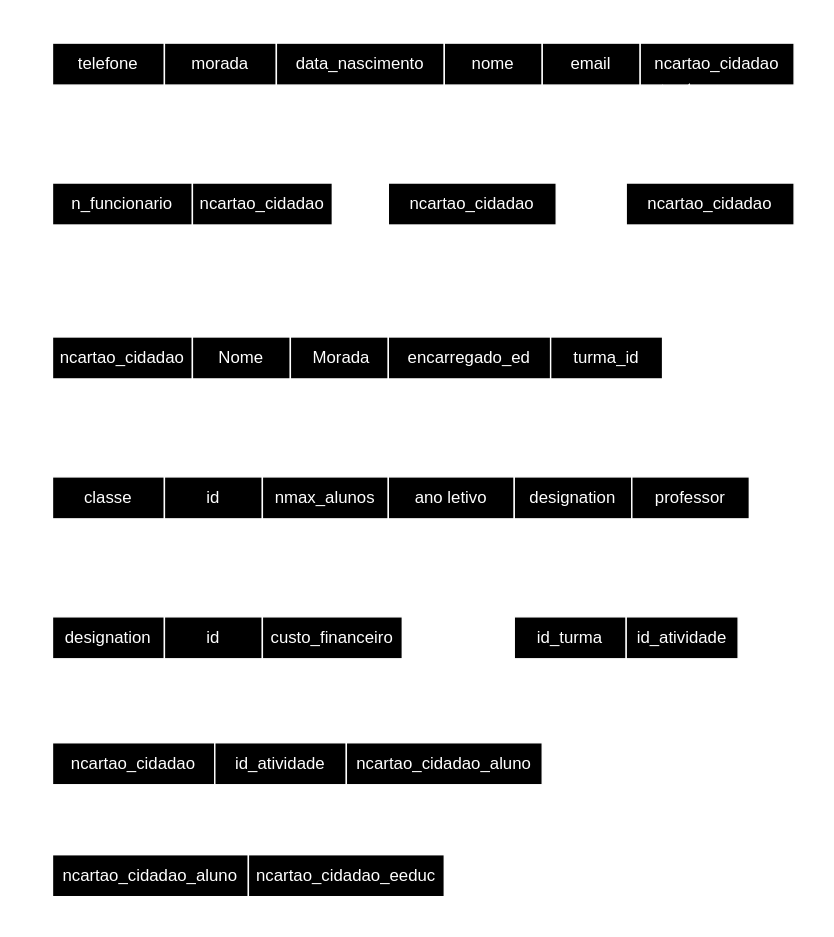
roldao04/BD keeps this draw.io diagram as Aula3/ex3d.svg. Above is the earlier version. Source tidied: cells renumbered, new cells last; positions are measured from the earlier drawing's top-left corner, leaving out a move shared by most shapes.
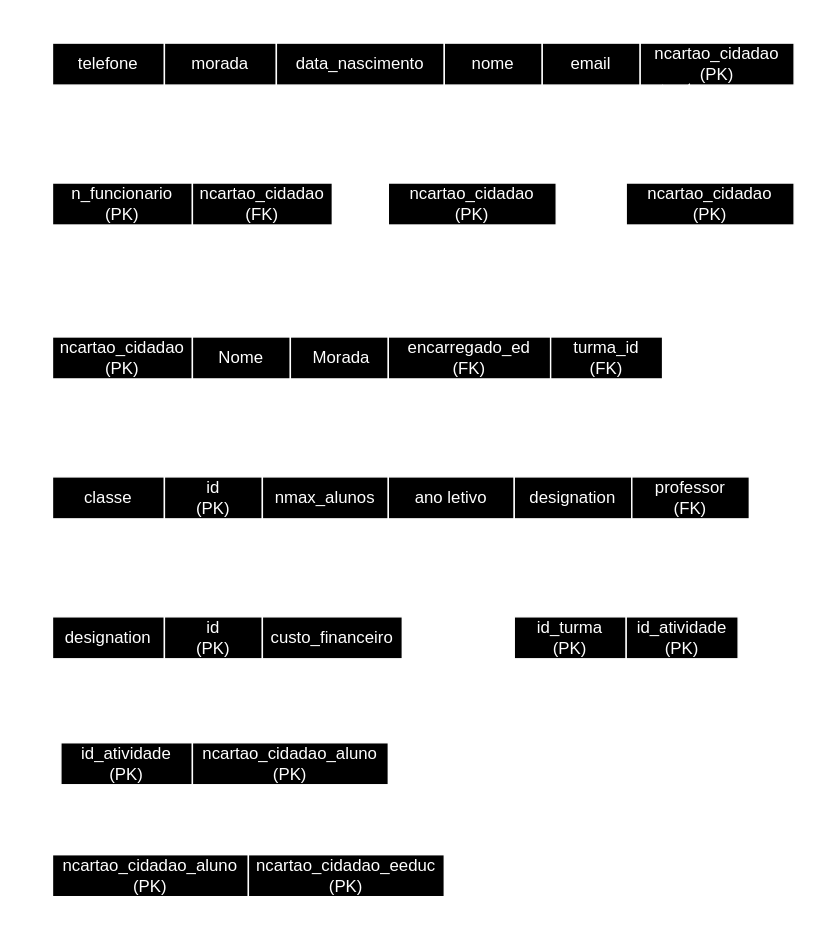
Above is the later version.

The edit, as a diff of the source:
```diff
@@ -20,13 +20,13 @@
     <mxCell id="7" value="email" style="rounded=0;whiteSpace=wrap;html=1;" parent="1" vertex="1">
       <mxGeometry x="380" y="30" width="70" height="30" as="geometry" />
     </mxCell>
-    <mxCell id="8" value="ncartao_cidadao" style="rounded=0;whiteSpace=wrap;html=1;" parent="1" vertex="1">
+    <mxCell id="8" value="ncartao_cidadao&lt;div&gt;(PK)&lt;/div&gt;" style="rounded=0;whiteSpace=wrap;html=1;" parent="1" vertex="1">
       <mxGeometry x="450" y="30" width="110" height="30" as="geometry" />
     </mxCell>
     <mxCell id="9" value="Professor" style="text;strokeColor=none;fillColor=none;html=1;align=center;verticalAlign=middle;whiteSpace=wrap;rounded=0;fontSize=16;" parent="1" vertex="1">
       <mxGeometry x="30" y="100" width="80" height="30" as="geometry" />
     </mxCell>
-    <mxCell id="10" value="n_funcionario" style="rounded=0;whiteSpace=wrap;html=1;" parent="1" vertex="1">
+    <mxCell id="10" value="n_funcionario&lt;div&gt;(PK)&lt;/div&gt;" style="rounded=0;whiteSpace=wrap;html=1;" parent="1" vertex="1">
       <mxGeometry x="30" y="130" width="100" height="30" as="geometry" />
     </mxCell>
     <mxCell id="11" style="edgeStyle=orthogonalEdgeStyle;rounded=0;jettySize=auto;html=1;exitX=1;exitY=1;exitDx=0;exitDy=0;entryX=0.5;entryY=1;entryDx=0;entryDy=0;" parent="1" edge="1" source="12" target="8">
@@ -40,7 +40,7 @@
     <mxCell id="12" value="Responsável" style="text;strokeColor=none;fillColor=none;html=1;align=center;verticalAlign=middle;whiteSpace=wrap;rounded=0;fontSize=16;" parent="1" vertex="1">
       <mxGeometry x="270" y="100" width="95" height="30" as="geometry" />
     </mxCell>
-    <mxCell id="13" value="ncartao_cidadao" style="rounded=0;whiteSpace=wrap;html=1;" parent="1" vertex="1">
+    <mxCell id="13" value="ncartao_cidadao&lt;div&gt;(PK)&lt;/div&gt;" style="rounded=0;whiteSpace=wrap;html=1;" parent="1" vertex="1">
       <mxGeometry x="270" y="130" width="120" height="30" as="geometry" />
     </mxCell>
     <mxCell id="14" style="edgeStyle=orthogonalEdgeStyle;rounded=0;jettySize=auto;html=1;exitX=0.5;exitY=0;exitDx=0;exitDy=0;entryX=0.32;entryY=0.951;entryDx=0;entryDy=0;entryPerimeter=0;" parent="1" edge="1" source="15" target="8">
@@ -52,7 +52,7 @@
         </Array>
       </mxGeometry>
     </mxCell>
-    <mxCell id="15" value="ncartao_cidadao" style="rounded=0;whiteSpace=wrap;html=1;" parent="1" vertex="1">
+    <mxCell id="15" value="ncartao_cidadao&lt;div&gt;(FK)&lt;/div&gt;" style="rounded=0;whiteSpace=wrap;html=1;" parent="1" vertex="1">
       <mxGeometry x="130" y="130" width="100" height="30" as="geometry" />
     </mxCell>
     <mxCell id="16" value="Enc. Educação" style="text;strokeColor=none;fillColor=none;html=1;align=center;verticalAlign=middle;whiteSpace=wrap;rounded=0;fontSize=16;" parent="1" vertex="1">
@@ -61,13 +61,13 @@
     <mxCell id="17" style="edgeStyle=orthogonalEdgeStyle;rounded=0;jettySize=auto;html=1;exitX=0;exitY=0.5;exitDx=0;exitDy=0;entryX=1;entryY=0.5;entryDx=0;entryDy=0;" parent="1" edge="1" source="18" target="13">
       <mxGeometry relative="1" as="geometry" />
     </mxCell>
-    <mxCell id="18" value="ncartao_cidadao" style="rounded=0;whiteSpace=wrap;html=1;" parent="1" vertex="1">
+    <mxCell id="18" value="ncartao_cidadao&lt;div&gt;(PK)&lt;/div&gt;" style="rounded=0;whiteSpace=wrap;html=1;" parent="1" vertex="1">
       <mxGeometry x="440" y="130" width="120" height="30" as="geometry" />
     </mxCell>
     <mxCell id="19" value="Aluno" style="text;strokeColor=none;fillColor=none;html=1;align=center;verticalAlign=middle;whiteSpace=wrap;rounded=0;fontSize=16;" parent="1" vertex="1">
       <mxGeometry x="30" y="210" width="80" height="30" as="geometry" />
     </mxCell>
-    <mxCell id="20" value="ncartao_cidadao" style="rounded=0;whiteSpace=wrap;html=1;" parent="1" vertex="1">
+    <mxCell id="20" value="ncartao_cidadao&lt;div&gt;(PK)&lt;/div&gt;" style="rounded=0;whiteSpace=wrap;html=1;" parent="1" vertex="1">
       <mxGeometry x="30" y="240" width="100" height="30" as="geometry" />
     </mxCell>
     <mxCell id="21" value="Nome" style="rounded=0;whiteSpace=wrap;html=1;" parent="1" vertex="1">
@@ -79,13 +79,13 @@
     <mxCell id="23" style="edgeStyle=orthogonalEdgeStyle;rounded=0;jettySize=auto;html=1;exitX=0.5;exitY=0;exitDx=0;exitDy=0;entryX=0.25;entryY=1;entryDx=0;entryDy=0;" parent="1" edge="1" source="24" target="18">
       <mxGeometry relative="1" as="geometry" />
     </mxCell>
-    <mxCell id="24" value="encarregado_ed" style="rounded=0;whiteSpace=wrap;html=1;" parent="1" vertex="1">
+    <mxCell id="24" value="encarregado_ed&lt;div&gt;(FK)&lt;/div&gt;" style="rounded=0;whiteSpace=wrap;html=1;" parent="1" vertex="1">
       <mxGeometry x="270" y="240" width="116" height="30" as="geometry" />
     </mxCell>
     <mxCell id="25" style="edgeStyle=orthogonalEdgeStyle;rounded=0;jettySize=auto;html=1;exitX=0.5;exitY=1;exitDx=0;exitDy=0;entryX=0.5;entryY=0;entryDx=0;entryDy=0;" parent="1" edge="1" source="26" target="29">
       <mxGeometry relative="1" as="geometry" />
     </mxCell>
-    <mxCell id="26" value="turma_id" style="rounded=0;whiteSpace=wrap;html=1;" parent="1" vertex="1">
+    <mxCell id="26" value="turma_id&lt;div&gt;(FK)&lt;/div&gt;" style="rounded=0;whiteSpace=wrap;html=1;" parent="1" vertex="1">
       <mxGeometry x="386" y="240" width="80" height="30" as="geometry" />
     </mxCell>
     <mxCell id="27" value="Turma" style="text;strokeColor=none;fillColor=none;html=1;align=center;verticalAlign=middle;whiteSpace=wrap;rounded=0;fontSize=16;" parent="1" vertex="1">
@@ -94,7 +94,7 @@
     <mxCell id="28" value="classe" style="rounded=0;whiteSpace=wrap;html=1;" parent="1" vertex="1">
       <mxGeometry x="30" y="340" width="80" height="30" as="geometry" />
     </mxCell>
-    <mxCell id="29" value="id" style="rounded=0;whiteSpace=wrap;html=1;" parent="1" vertex="1">
+    <mxCell id="29" value="id&lt;div&gt;(PK)&lt;/div&gt;" style="rounded=0;whiteSpace=wrap;html=1;" parent="1" vertex="1">
       <mxGeometry x="110" y="340" width="70" height="30" as="geometry" />
     </mxCell>
     <mxCell id="30" value="nmax_alunos" style="rounded=0;whiteSpace=wrap;html=1;" parent="1" vertex="1">
@@ -112,7 +112,7 @@
     <mxCell id="34" value="designation" style="rounded=0;whiteSpace=wrap;html=1;" parent="1" vertex="1">
       <mxGeometry x="30" y="440" width="80" height="30" as="geometry" />
     </mxCell>
-    <mxCell id="35" value="id" style="rounded=0;whiteSpace=wrap;html=1;" parent="1" vertex="1">
+    <mxCell id="35" value="id&lt;div&gt;(PK)&lt;/div&gt;" style="rounded=0;whiteSpace=wrap;html=1;" parent="1" vertex="1">
       <mxGeometry x="110" y="440" width="70" height="30" as="geometry" />
     </mxCell>
     <mxCell id="36" value="custo_financeiro" style="rounded=0;whiteSpace=wrap;html=1;" parent="1" vertex="1">
@@ -121,19 +121,17 @@
     <mxCell id="37" value="Participa" style="text;strokeColor=none;fillColor=none;html=1;align=center;verticalAlign=middle;whiteSpace=wrap;rounded=0;fontSize=16;" parent="1" vertex="1">
       <mxGeometry x="30" y="500" width="80" height="30" as="geometry" />
     </mxCell>
-    <mxCell id="38" value="ncartao_cidadao" style="rounded=0;whiteSpace=wrap;html=1;" parent="1" vertex="1">
-      <mxGeometry x="30" y="530" width="116" height="30" as="geometry" />
-    </mxCell>
-    <mxCell id="39" style="edgeStyle=orthogonalEdgeStyle;rounded=0;jettySize=auto;html=1;exitX=0.5;exitY=0;exitDx=0;exitDy=0;entryX=0.5;entryY=1;entryDx=0;entryDy=0;" parent="1" edge="1" source="40" target="35">
+    <mxCell id="39" style="edgeStyle=orthogonalEdgeStyle;rounded=0;jettySize=auto;html=1;exitX=0.75;exitY=0;exitDx=0;exitDy=0;entryX=0.5;entryY=1;entryDx=0;entryDy=0;" parent="1" edge="1" source="40" target="35">
       <mxGeometry relative="1" as="geometry">
         <Array as="points">
-          <mxPoint x="193" y="510" />
+          <mxPoint x="110" y="530" />
+          <mxPoint x="110" y="510" />
           <mxPoint x="145" y="510" />
         </Array>
       </mxGeometry>
     </mxCell>
-    <mxCell id="40" value="id_atividade" style="rounded=0;whiteSpace=wrap;html=1;" parent="1" vertex="1">
-      <mxGeometry x="146" y="530" width="94" height="30" as="geometry" />
+    <mxCell id="40" value="id_atividade&lt;div&gt;(PK)&lt;/div&gt;" style="rounded=0;whiteSpace=wrap;html=1;" parent="1" vertex="1">
+      <mxGeometry x="36" y="530" width="94" height="30" as="geometry" />
     </mxCell>
     <mxCell id="41" style="edgeStyle=orthogonalEdgeStyle;rounded=0;jettySize=auto;html=1;exitX=0.5;exitY=1;exitDx=0;exitDy=0;entryX=0.64;entryY=1.023;entryDx=0;entryDy=0;entryPerimeter=0;" parent="1" edge="1" source="18" target="8">
       <mxGeometry relative="1" as="geometry" />
@@ -156,21 +154,23 @@
         </Array>
       </mxGeometry>
     </mxCell>
-    <mxCell id="44" value="professor" style="rounded=0;whiteSpace=wrap;html=1;" parent="1" vertex="1">
+    <mxCell id="44" value="professor&lt;div&gt;(FK)&lt;/div&gt;" style="rounded=0;whiteSpace=wrap;html=1;" parent="1" vertex="1">
       <mxGeometry x="444" y="340" width="84" height="30" as="geometry" />
     </mxCell>
     <mxCell id="45" style="edgeStyle=orthogonalEdgeStyle;rounded=0;jettySize=auto;html=1;exitX=0.5;exitY=0;exitDx=0;exitDy=0;entryX=0.5;entryY=1;entryDx=0;entryDy=0;" parent="1" edge="1" source="46" target="20">
       <mxGeometry relative="1" as="geometry">
         <Array as="points">
-          <mxPoint x="310" y="400" />
+          <mxPoint x="200" y="520" />
+          <mxPoint x="290" y="520" />
+          <mxPoint x="290" y="400" />
           <mxPoint y="400" />
           <mxPoint y="290" />
           <mxPoint x="80" y="290" />
         </Array>
       </mxGeometry>
     </mxCell>
-    <mxCell id="46" value="ncartao_cidadao_aluno" style="rounded=0;whiteSpace=wrap;html=1;" parent="1" vertex="1">
-      <mxGeometry x="240" y="530" width="140" height="30" as="geometry" />
+    <mxCell id="46" value="ncartao_cidadao_aluno&lt;div&gt;(PK)&lt;/div&gt;" style="rounded=0;whiteSpace=wrap;html=1;" parent="1" vertex="1">
+      <mxGeometry x="130" y="530" width="140" height="30" as="geometry" />
     </mxCell>
     <mxCell id="47" style="edgeStyle=orthogonalEdgeStyle;rounded=0;jettySize=auto;html=1;exitX=0.5;exitY=1;exitDx=0;exitDy=0;entryX=0.5;entryY=1;entryDx=0;entryDy=0;" parent="1" edge="1" source="48" target="29">
       <mxGeometry relative="1" as="geometry">
@@ -182,7 +182,7 @@
         </Array>
       </mxGeometry>
     </mxCell>
-    <mxCell id="48" value="id_turma" style="rounded=0;whiteSpace=wrap;html=1;" parent="1" vertex="1">
+    <mxCell id="48" value="id_turma&lt;div&gt;(PK)&lt;/div&gt;" style="rounded=0;whiteSpace=wrap;html=1;" parent="1" vertex="1">
       <mxGeometry x="360" y="440" width="80" height="30" as="geometry" />
     </mxCell>
     <mxCell id="49" style="edgeStyle=orthogonalEdgeStyle;rounded=0;jettySize=auto;html=1;exitX=0.5;exitY=1;exitDx=0;exitDy=0;entryX=0.75;entryY=1;entryDx=0;entryDy=0;" parent="1" edge="1" source="50" target="35">
@@ -193,10 +193,10 @@
         </Array>
       </mxGeometry>
     </mxCell>
-    <mxCell id="50" value="id_atividade" style="rounded=0;whiteSpace=wrap;html=1;" parent="1" vertex="1">
+    <mxCell id="50" value="id_atividade&lt;div&gt;(PK)&lt;/div&gt;" style="rounded=0;whiteSpace=wrap;html=1;" parent="1" vertex="1">
       <mxGeometry x="440" y="440" width="80" height="30" as="geometry" />
     </mxCell>
-    <mxCell id="51" value="Atividades" style="text;strokeColor=none;fillColor=none;html=1;align=center;verticalAlign=middle;whiteSpace=wrap;rounded=0;fontSize=16;" parent="1" vertex="1">
+    <mxCell id="51" value="Realiza" style="text;strokeColor=none;fillColor=none;html=1;align=center;verticalAlign=middle;whiteSpace=wrap;rounded=0;fontSize=16;" parent="1" vertex="1">
       <mxGeometry x="360" y="410" width="80" height="30" as="geometry" />
     </mxCell>
     <mxCell id="52" style="edgeStyle=orthogonalEdgeStyle;rounded=0;jettySize=auto;html=1;exitX=0.5;exitY=1;exitDx=0;exitDy=0;entryX=0.25;entryY=1;entryDx=0;entryDy=0;" parent="1" edge="1" source="53" target="20">
@@ -209,7 +209,7 @@
         </Array>
       </mxGeometry>
     </mxCell>
-    <mxCell id="53" value="ncartao_cidadao_aluno" style="rounded=0;whiteSpace=wrap;html=1;" parent="1" vertex="1">
+    <mxCell id="53" value="ncartao_cidadao_aluno&lt;div&gt;(PK)&lt;/div&gt;" style="rounded=0;whiteSpace=wrap;html=1;" parent="1" vertex="1">
       <mxGeometry x="30" y="610" width="140" height="30" as="geometry" />
     </mxCell>
     <mxCell id="54" value="Levanata/Entega" style="text;strokeColor=none;fillColor=none;html=1;align=center;verticalAlign=middle;whiteSpace=wrap;rounded=0;fontSize=16;" parent="1" vertex="1">
@@ -227,7 +227,7 @@
         </Array>
       </mxGeometry>
     </mxCell>
-    <mxCell id="56" value="ncartao_cidadao_eeduc" style="rounded=0;whiteSpace=wrap;html=1;" parent="1" vertex="1">
+    <mxCell id="56" value="ncartao_cidadao_eeduc&lt;div&gt;(PK)&lt;/div&gt;" style="rounded=0;whiteSpace=wrap;html=1;" parent="1" vertex="1">
       <mxGeometry x="170" y="610" width="140" height="30" as="geometry" />
     </mxCell>
   </root>
```
